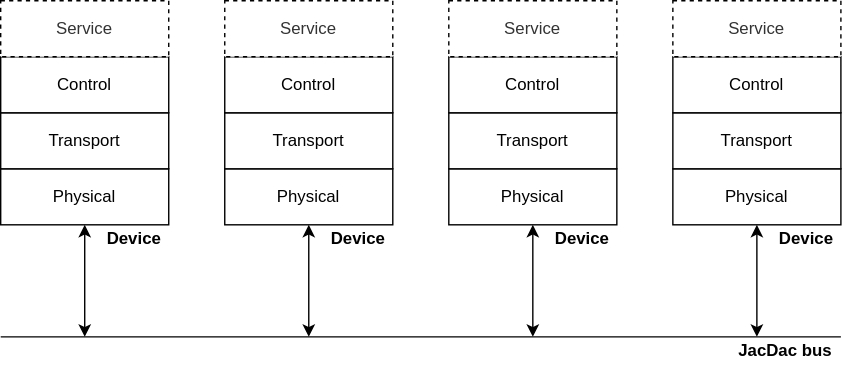
This is spec/images/jacdac-stack.svg from microsoft/jacdac, a draw.io export, as it was before one commit. Source tidied: cells renumbered, new cells last; positions are measured from the earlier drawing's top-left corner, leaving out a move shared by most shapes. The source it was exported from:
```xml
<mxGraphModel>
  <root>
    <mxCell id="0" />
    <mxCell id="1" parent="0" />
    <mxCell id="2" value="Physical" style="rounded=0;whiteSpace=wrap;html=1;" parent="1" vertex="1">
      <mxGeometry y="120" width="120" height="40" as="geometry" />
    </mxCell>
    <mxCell id="3" value="Transport" style="rounded=0;whiteSpace=wrap;html=1;" parent="1" vertex="1">
      <mxGeometry y="80" width="120" height="40" as="geometry" />
    </mxCell>
    <mxCell id="4" value="Control" style="rounded=0;whiteSpace=wrap;html=1;" parent="1" vertex="1">
      <mxGeometry y="40" width="120" height="40" as="geometry" />
    </mxCell>
    <mxCell id="5" value="Service" style="rounded=0;whiteSpace=wrap;html=1;dashed=1;fillColor=#FFFFFF;strokeColor=#000000;fontColor=#333333;" parent="1" vertex="1">
      <mxGeometry width="120" height="40" as="geometry" />
    </mxCell>
    <mxCell id="6" style="endArrow=classic;startArrow=classic;html=1;entryX=0.5;entryY=1;entryDx=0;entryDy=0;" parent="1" edge="1" target="2">
      <mxGeometry relative="1" as="geometry">
        <mxPoint x="60" y="240" as="sourcePoint" />
      </mxGeometry>
    </mxCell>
    <mxCell id="7" style="endArrow=none;html=1;" parent="1" edge="1">
      <mxGeometry relative="1" as="geometry">
        <mxPoint y="240" as="sourcePoint" />
        <mxPoint x="600" y="240" as="targetPoint" />
      </mxGeometry>
    </mxCell>
    <mxCell id="8" value="Physical" style="rounded=0;whiteSpace=wrap;html=1;" parent="1" vertex="1">
      <mxGeometry x="160" y="120" width="120" height="40" as="geometry" />
    </mxCell>
    <mxCell id="9" value="Transport" style="rounded=0;whiteSpace=wrap;html=1;" parent="1" vertex="1">
      <mxGeometry x="160" y="80" width="120" height="40" as="geometry" />
    </mxCell>
    <mxCell id="10" value="Control" style="rounded=0;whiteSpace=wrap;html=1;" parent="1" vertex="1">
      <mxGeometry x="160" y="40" width="120" height="40" as="geometry" />
    </mxCell>
    <mxCell id="11" value="Service" style="rounded=0;whiteSpace=wrap;html=1;dashed=1;fillColor=#FFFFFF;strokeColor=#000000;fontColor=#333333;" parent="1" vertex="1">
      <mxGeometry x="160" width="120" height="40" as="geometry" />
    </mxCell>
    <mxCell id="12" style="endArrow=classic;startArrow=classic;html=1;entryX=0.5;entryY=1;entryDx=0;entryDy=0;" parent="1" edge="1" target="8">
      <mxGeometry relative="1" as="geometry">
        <mxPoint x="220" y="240" as="sourcePoint" />
      </mxGeometry>
    </mxCell>
    <mxCell id="13" value="Physical" style="rounded=0;whiteSpace=wrap;html=1;" parent="1" vertex="1">
      <mxGeometry x="320" y="120" width="120" height="40" as="geometry" />
    </mxCell>
    <mxCell id="14" value="Transport" style="rounded=0;whiteSpace=wrap;html=1;" parent="1" vertex="1">
      <mxGeometry x="320" y="80" width="120" height="40" as="geometry" />
    </mxCell>
    <mxCell id="15" value="Control" style="rounded=0;whiteSpace=wrap;html=1;" parent="1" vertex="1">
      <mxGeometry x="320" y="40" width="120" height="40" as="geometry" />
    </mxCell>
    <mxCell id="16" value="Service" style="rounded=0;whiteSpace=wrap;html=1;dashed=1;fillColor=#FFFFFF;strokeColor=#000000;fontColor=#333333;" parent="1" vertex="1">
      <mxGeometry x="320" width="120" height="40" as="geometry" />
    </mxCell>
    <mxCell id="17" style="endArrow=classic;startArrow=classic;html=1;entryX=0.5;entryY=1;entryDx=0;entryDy=0;" parent="1" edge="1" target="13">
      <mxGeometry relative="1" as="geometry">
        <mxPoint x="380" y="240" as="sourcePoint" />
      </mxGeometry>
    </mxCell>
    <mxCell id="18" value="Physical" style="rounded=0;whiteSpace=wrap;html=1;" parent="1" vertex="1">
      <mxGeometry x="480" y="120" width="120" height="40" as="geometry" />
    </mxCell>
    <mxCell id="19" value="Transport" style="rounded=0;whiteSpace=wrap;html=1;" parent="1" vertex="1">
      <mxGeometry x="480" y="80" width="120" height="40" as="geometry" />
    </mxCell>
    <mxCell id="20" value="Control" style="rounded=0;whiteSpace=wrap;html=1;" parent="1" vertex="1">
      <mxGeometry x="480" y="40" width="120" height="40" as="geometry" />
    </mxCell>
    <mxCell id="21" value="Service" style="rounded=0;whiteSpace=wrap;html=1;dashed=1;fillColor=#FFFFFF;strokeColor=#000000;fontColor=#333333;" parent="1" vertex="1">
      <mxGeometry x="480" width="120" height="40" as="geometry" />
    </mxCell>
    <mxCell id="22" style="endArrow=classic;startArrow=classic;html=1;entryX=0.5;entryY=1;entryDx=0;entryDy=0;" parent="1" edge="1" target="18">
      <mxGeometry relative="1" as="geometry">
        <mxPoint x="540" y="240" as="sourcePoint" />
      </mxGeometry>
    </mxCell>
    <mxCell id="23" value="&lt;b&gt;JacDac bus&lt;/b&gt;" style="text;html=1;align=center;verticalAlign=middle;" parent="1" vertex="1">
      <mxGeometry x="520" y="240" width="80" height="20" as="geometry" />
    </mxCell>
    <mxCell id="24" value="&lt;b&gt;Device&lt;/b&gt;" style="text;html=1;align=center;verticalAlign=middle;" parent="1" vertex="1">
      <mxGeometry x="550" y="160" width="50" height="20" as="geometry" />
    </mxCell>
    <mxCell id="25" value="&lt;b&gt;Device&lt;/b&gt;" style="text;html=1;align=center;verticalAlign=middle;" parent="1" vertex="1">
      <mxGeometry x="390" y="160" width="50" height="20" as="geometry" />
    </mxCell>
    <mxCell id="26" value="&lt;b&gt;Device&lt;/b&gt;" style="text;html=1;align=center;verticalAlign=middle;" parent="1" vertex="1">
      <mxGeometry x="70" y="160" width="50" height="20" as="geometry" />
    </mxCell>
    <mxCell id="27" value="&lt;b&gt;Device&lt;/b&gt;" style="text;html=1;align=center;verticalAlign=middle;" parent="1" vertex="1">
      <mxGeometry x="230" y="160" width="50" height="20" as="geometry" />
    </mxCell>
  </root>
</mxGraphModel>
```
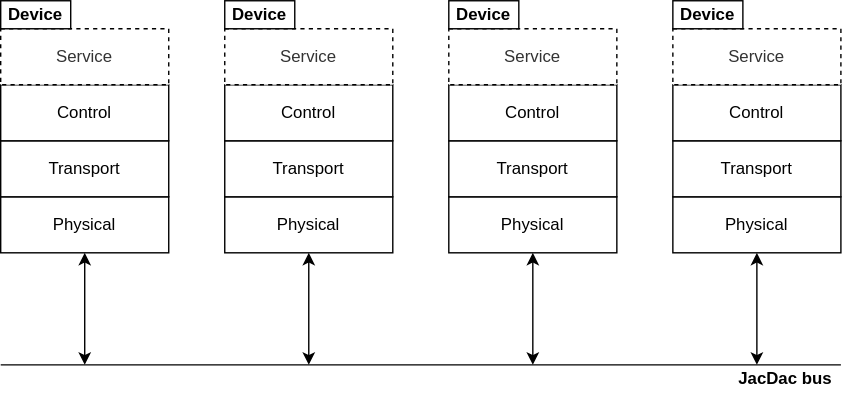
The same file after the commit.

Diff of the diagram source:
```diff
@@ -79,17 +79,17 @@
     <mxCell id="23" value="&lt;b&gt;JacDac bus&lt;/b&gt;" style="text;html=1;align=center;verticalAlign=middle;" parent="1" vertex="1">
       <mxGeometry x="520" y="240" width="80" height="20" as="geometry" />
     </mxCell>
-    <mxCell id="24" value="&lt;b&gt;Device&lt;/b&gt;" style="text;html=1;align=center;verticalAlign=middle;" parent="1" vertex="1">
-      <mxGeometry x="550" y="160" width="50" height="20" as="geometry" />
-    </mxCell>
-    <mxCell id="25" value="&lt;b&gt;Device&lt;/b&gt;" style="text;html=1;align=center;verticalAlign=middle;" parent="1" vertex="1">
-      <mxGeometry x="390" y="160" width="50" height="20" as="geometry" />
-    </mxCell>
-    <mxCell id="26" value="&lt;b&gt;Device&lt;/b&gt;" style="text;html=1;align=center;verticalAlign=middle;" parent="1" vertex="1">
-      <mxGeometry x="70" y="160" width="50" height="20" as="geometry" />
-    </mxCell>
-    <mxCell id="27" value="&lt;b&gt;Device&lt;/b&gt;" style="text;html=1;align=center;verticalAlign=middle;" parent="1" vertex="1">
-      <mxGeometry x="230" y="160" width="50" height="20" as="geometry" />
-    </mxCell>
+    <mxCell id="28" value="Device" style="rounded=0;whiteSpace=wrap;html=1;fontStyle=1;" parent="1" vertex="1">
+      <mxGeometry y="-20" width="50" height="20" as="geometry" />
+    </mxCell>
+    <mxCell id="29" value="Device" style="rounded=0;whiteSpace=wrap;html=1;fontStyle=1;" parent="1" vertex="1">
+      <mxGeometry x="160" y="-20" width="50" height="20" as="geometry" />
+    </mxCell>
+    <mxCell id="30" value="Device" style="rounded=0;whiteSpace=wrap;html=1;fontStyle=1;" parent="1" vertex="1">
+      <mxGeometry x="320" y="-20" width="50" height="20" as="geometry" />
+    </mxCell>
+    <mxCell id="31" value="Device" style="rounded=0;whiteSpace=wrap;html=1;fontStyle=1;" parent="1" vertex="1">
+      <mxGeometry x="480" y="-20" width="50" height="20" as="geometry" />
+    </mxCell>
   </root>
 </mxGraphModel>
```
